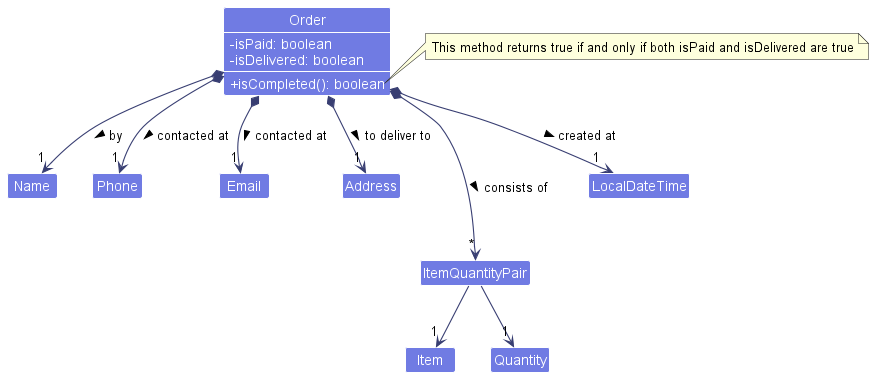
nus-cs2103-AY2223S1/tp keeps this PlantUML diagram as docs/images/developer-guide/OrderClassDiagram.png. Above is the earlier version. Source of this version:
```plantuml
@startuml
!include style.puml
skinparam arrowThickness 1.1
skinparam arrowColor ORDER_MODEL_COLOR_T4
skinparam classBackgroundColor ORDER_MODEL_COLOR
hide empty members

Class Order {
    - isPaid: boolean
    - isDelivered: boolean
    + isCompleted(): boolean
}
Class Name
Class Phone
Class Email
Class Address
Class ItemQuantityPair
Class LocalDateTime
Class Item
Class Quantity

Order *--> "1" Name: by >
Order *--> "1" Phone: contacted at >
Order *--> "1" Email: contacted at >
Order *--> "1" Address: to deliver to >
Order *--> "1" LocalDateTime: created at >
Order *---> "*" ItemQuantityPair : consists of >
ItemQuantityPair --> "1" Item
ItemQuantityPair --> "1" Quantity

note right of Order::"isCompleted()"
    This method returns true if and only if both isPaid and isDelivered are true
end note
@enduml
```
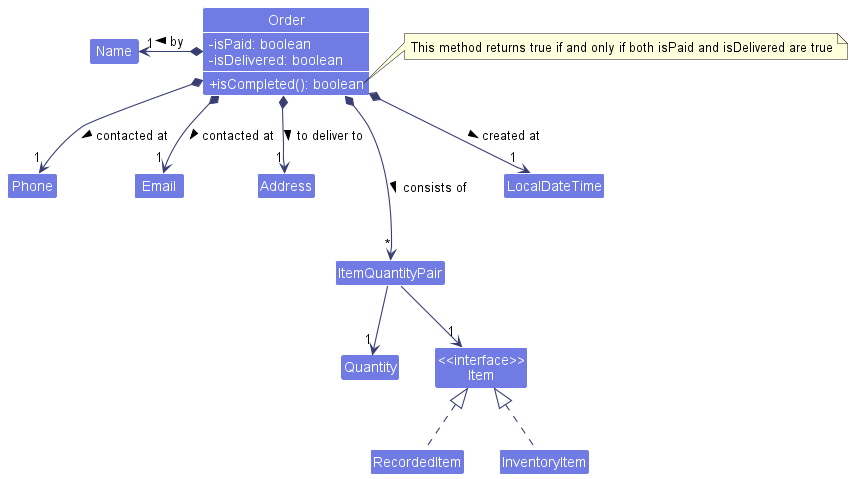
After the commit.

What changed in the source:
```diff
@@ -16,10 +16,12 @@
 Class Address
 Class ItemQuantityPair
 Class LocalDateTime
-Class Item
 Class Quantity
+Class "<<interface>>\nItem" as Item
+Class RecordedItem implements Item
+Class InventoryItem implements Item
 
-Order *--> "1" Name: by >
+Order *-left> "1" Name: by >
 Order *--> "1" Phone: contacted at >
 Order *--> "1" Email: contacted at >
 Order *--> "1" Address: to deliver to >
```
